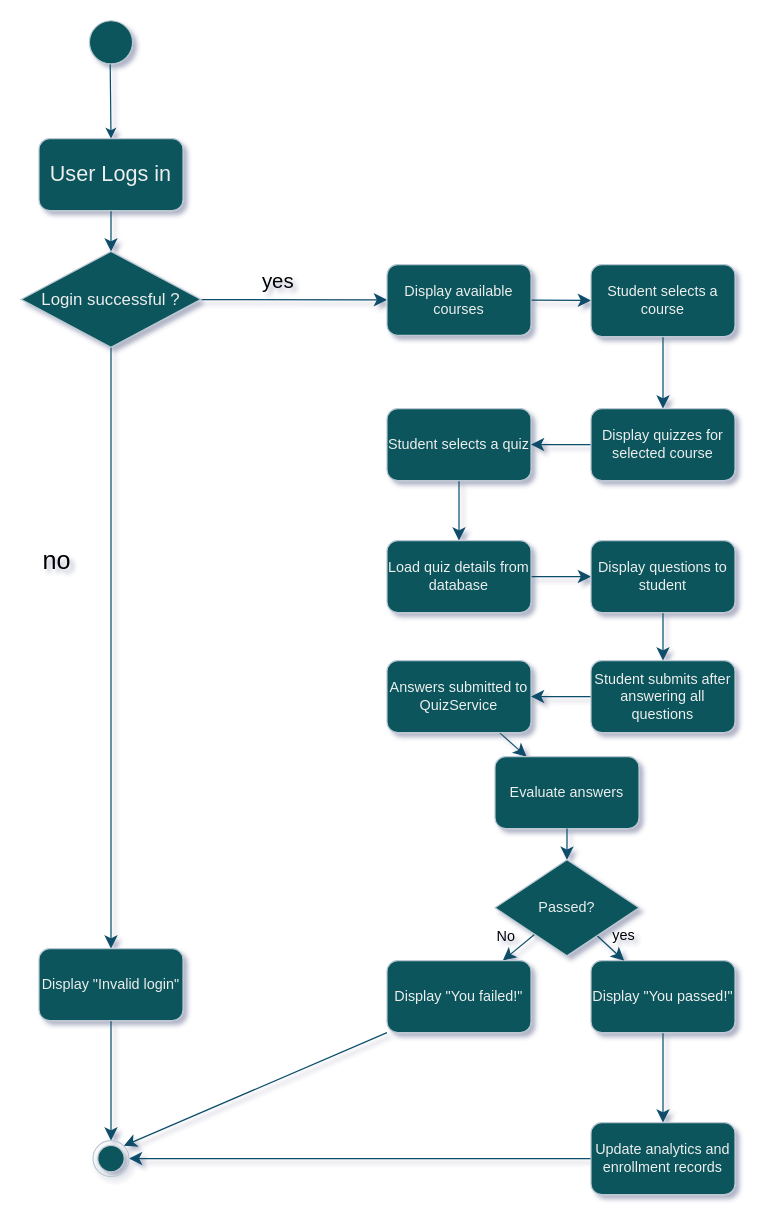
Earlier version of the draw.io diagram Lab6_TakeQuiz_Activity.drawio (Rabea25/OOPLab6). Source tidied: cells renumbered, new cells numbered last; positions are measured from the earlier drawing's top-left corner, leaving out a move shared by most shapes. Both pictures are drawn from the tidied source at 120%, with x=0, y=0 at pixel (20, 20).
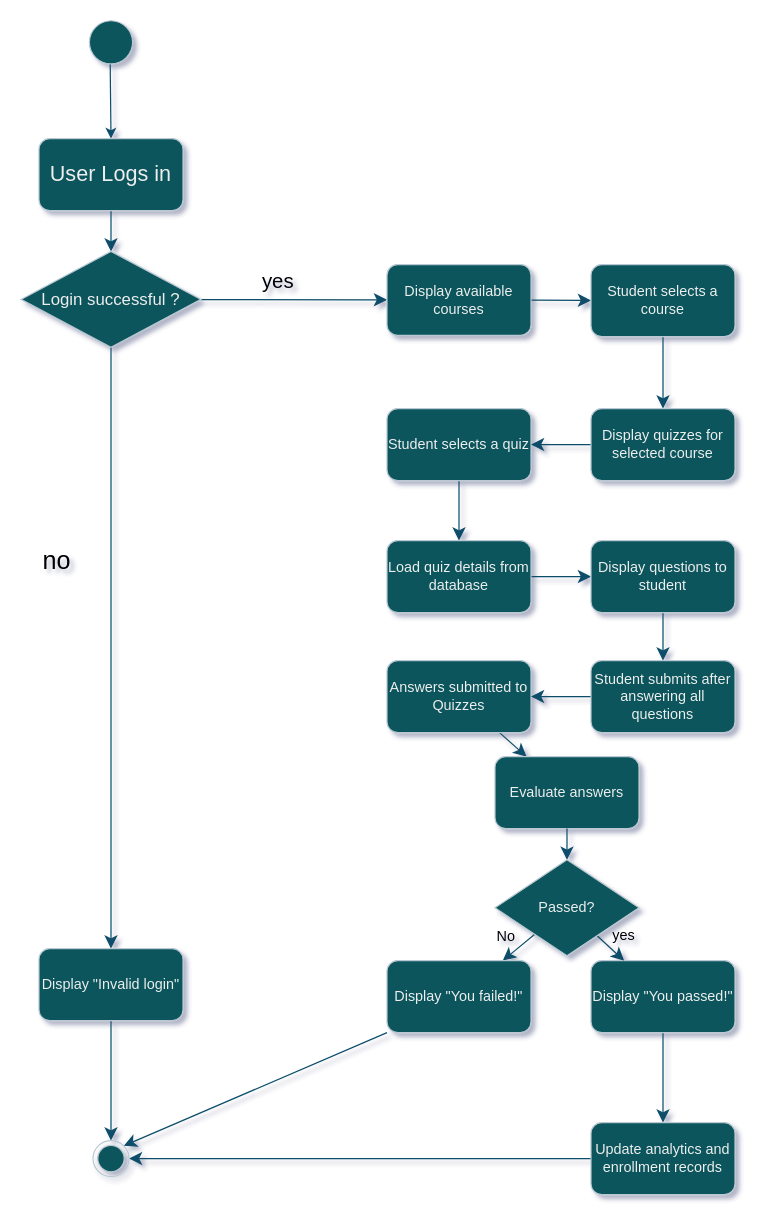
The same diagram, later.

Commit message:
Update label from 'QuizService' to 'Quizzes'

Diff of the diagram source:
```diff
@@
-    <mxCell id="22" value="Answers submitted to QuizService" style="rounded=1;whiteSpace=wrap;html=1;labelBackgroundColor=none;fillColor=#09555B;strokeColor=#BAC8D3;fontColor=#EEEEEE;" parent="1" vertex="1">
+    <mxCell id="22" value="Answers submitted to Quizzes" style="rounded=1;whiteSpace=wrap;html=1;labelBackgroundColor=none;fillColor=#09555B;strokeColor=#BAC8D3;fontColor=#EEEEEE;" parent="1" vertex="1">
       <mxGeometry x="305" y="533" width="120" height="60" as="geometry" />
     </mxCell>
```
